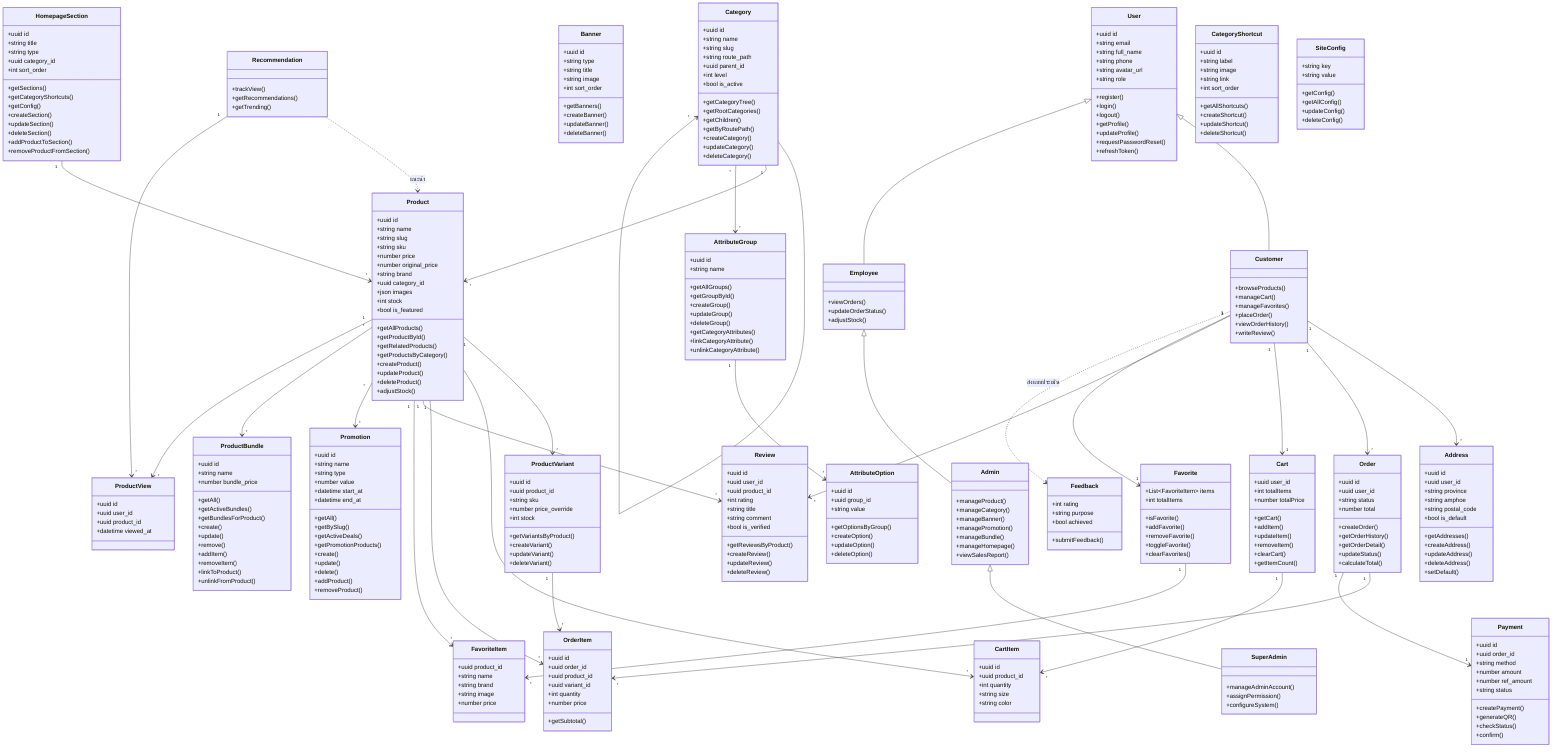
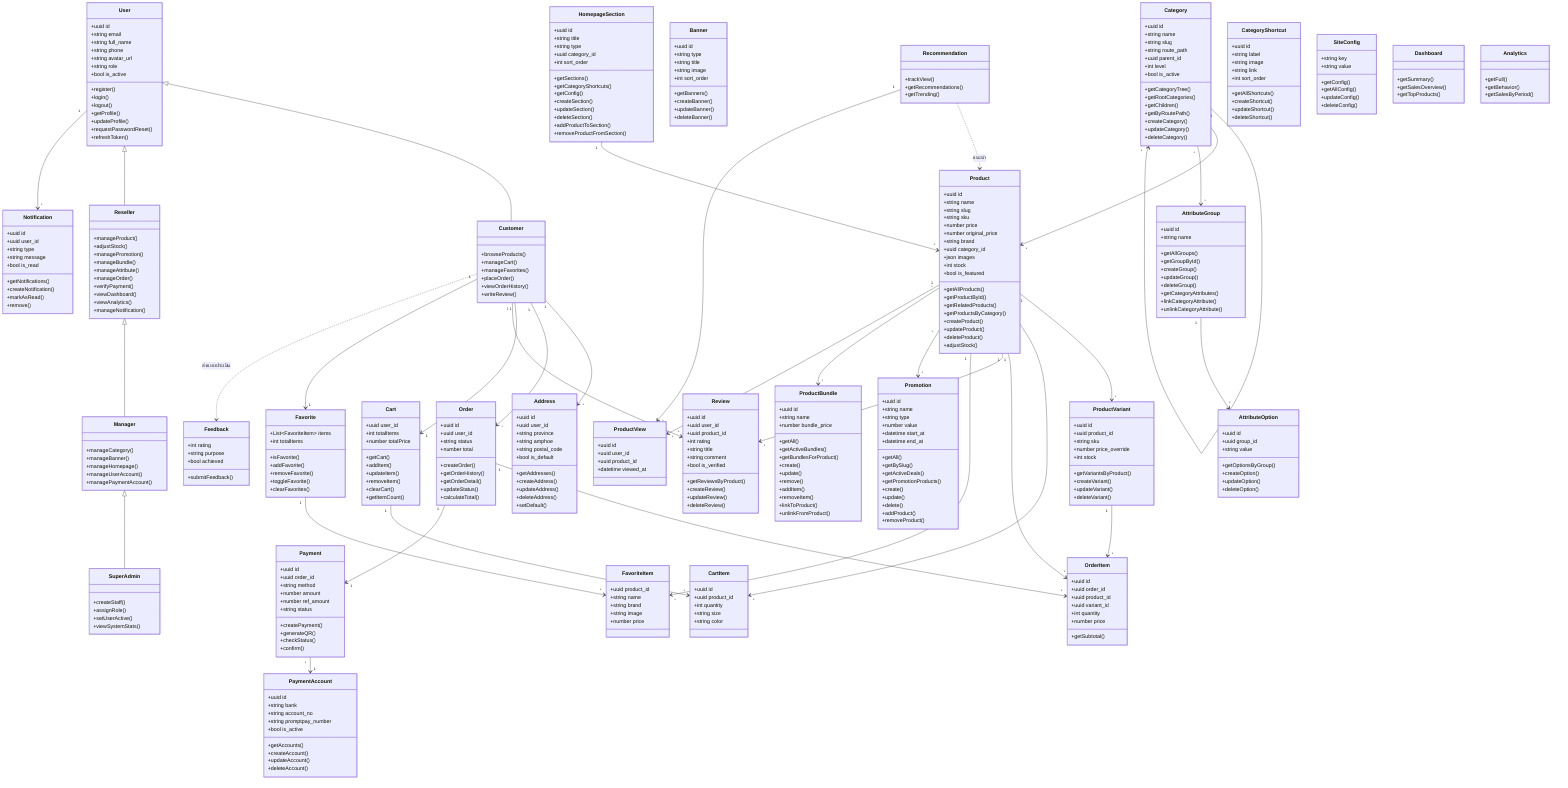
classDiagram
    direction TB

    class User {
        +uuid id
        +string email
        +string full_name
        +string phone
        +string avatar_url
        +string role
+         +bool is_active
        +register()
        +login()
        +logout()
        +getProfile()
        +updateProfile()
        +requestPasswordReset()
        +refreshToken()
    }
    class Customer {
        +browseProducts()
        +manageCart()
        +manageFavorites()
        +placeOrder()
        +viewOrderHistory()
        +writeReview()
    }
-     class Employee {
-         +viewOrders()
-         +updateOrderStatus()
+     class Reseller {
+         +manageProduct()
        +adjustStock()
-     }
-     class Admin {
-         +manageProduct()
+         +managePromotion()
+         +manageBundle()
+         +manageAttribute()
+         +manageOrder()
+         +verifyPayment()
+         +viewDashboard()
+         +viewAnalytics()
+         +manageNotification()
+     }
+     class Manager {
        +manageCategory()
        +manageBanner()
-         +managePromotion()
-         +manageBundle()
        +manageHomepage()
-         +viewSalesReport()
+         +manageUserAccount()
+         +managePaymentAccount()
    }
    class SuperAdmin {
-         +manageAdminAccount()
-         +assignPermission()
-         +configureSystem()
+         +createStaff()
+         +assignRole()
+         +setUserActive()
+         +viewSystemStats()
    }

    class Category {
        +uuid id
        +string name
        +string slug
        +string route_path
        +uuid parent_id
        +int level
        +bool is_active
        +getCategoryTree()
        +getRootCategories()
        +getChildren()
        +getByRoutePath()
        +createCategory()
        +updateCategory()
        +deleteCategory()
    }
    class Product {
        +uuid id
        +string name
        +string slug
        +string sku
        +number price
        +number original_price
        +string brand
        +uuid category_id
        +json images
        +int stock
        +bool is_featured
        +getAllProducts()
        +getProductById()
        +getRelatedProducts()
        +getProductsByCategory()
        +createProduct()
        +updateProduct()
        +deleteProduct()
        +adjustStock()
    }
    class ProductVariant {
        +uuid id
        +uuid product_id
        +string sku
        +number price_override
        +int stock
        +getVariantsByProduct()
        +createVariant()
        +updateVariant()
        +deleteVariant()
    }
    class AttributeGroup {
        +uuid id
        +string name
        +getAllGroups()
        +getGroupById()
        +createGroup()
        +updateGroup()
        +deleteGroup()
        +getCategoryAttributes()
        +linkCategoryAttribute()
        +unlinkCategoryAttribute()
    }
    class AttributeOption {
        +uuid id
        +uuid group_id
        +string value
        +getOptionsByGroup()
        +createOption()
        +updateOption()
        +deleteOption()
    }

    class Cart {
        +uuid user_id
        +int totalItems
        +number totalPrice
        +getCart()
        +addItem()
        +updateItem()
        +removeItem()
        +clearCart()
        +getItemCount()
    }
    class CartItem {
        +uuid id
        +uuid product_id
        +int quantity
        +string size
        +string color
    }

    class Favorite {
        +List~FavoriteItem~ items
        +int totalItems
        +isFavorite()
        +addFavorite()
        +removeFavorite()
        +toggleFavorite()
        +clearFavorites()
    }
    class FavoriteItem {
        +uuid product_id
        +string name
        +string brand
        +string image
        +number price
    }

    class Order {
        +uuid id
        +uuid user_id
        +string status
        +number total
        +createOrder()
        +getOrderHistory()
        +getOrderDetail()
        +updateStatus()
        +calculateTotal()
    }
    class OrderItem {
        +uuid id
        +uuid order_id
        +uuid product_id
        +uuid variant_id
        +int quantity
        +number price
        +getSubtotal()
    }
    class Payment {
        +uuid id
        +uuid order_id
        +string method
        +number amount
        +number ref_amount
        +string status
        +createPayment()
        +generateQR()
        +checkStatus()
        +confirm()
    }
    class Address {
        +uuid id
        +uuid user_id
        +string province
        +string amphoe
        +string postal_code
        +bool is_default
        +getAddresses()
        +createAddress()
        +updateAddress()
        +deleteAddress()
        +setDefault()
    }
    class Review {
        +uuid id
        +uuid user_id
        +uuid product_id
        +int rating
        +string title
        +string comment
        +bool is_verified
        +getReviewsByProduct()
        +createReview()
        +updateReview()
        +deleteReview()
    }

    class Banner {
        +uuid id
        +string type
        +string title
        +string image
        +int sort_order
        +getBanners()
        +createBanner()
        +updateBanner()
        +deleteBanner()
    }
    class Promotion {
        +uuid id
        +string name
        +string type
        +number value
        +datetime start_at
        +datetime end_at
        +getAll()
        +getBySlug()
        +getActiveDeals()
        +getPromotionProducts()
        +create()
        +update()
        +delete()
        +addProduct()
        +removeProduct()
    }
    class ProductBundle {
        +uuid id
        +string name
        +number bundle_price
        +getAll()
        +getActiveBundles()
        +getBundlesForProduct()
        +create()
        +update()
        +remove()
        +addItem()
        +removeItem()
        +linkToProduct()
        +unlinkFromProduct()
    }
    class HomepageSection {
        +uuid id
        +string title
        +string type
        +uuid category_id
        +int sort_order
        +getSections()
        +getCategoryShortcuts()
        +getConfig()
        +createSection()
        +updateSection()
        +deleteSection()
        +addProductToSection()
        +removeProductFromSection()
    }
    class Recommendation {
        +trackView()
        +getRecommendations()
        +getTrending()
    }
    class ProductView {
        +uuid id
        +uuid user_id
        +uuid product_id
        +datetime viewed_at
    }
    class CategoryShortcut {
        +uuid id
        +string label
        +string image
        +string link
        +int sort_order
        +getAllShortcuts()
        +createShortcut()
        +updateShortcut()
        +deleteShortcut()
    }
    class SiteConfig {
        +string key
        +string value
        +getConfig()
        +getAllConfig()
        +updateConfig()
        +deleteConfig()
    }
+     class PaymentAccount {
+         +uuid id
+         +string bank
+         +string account_no
+         +string promptpay_number
+         +bool is_active
+         +getAccounts()
+         +createAccount()
+         +updateAccount()
+         +deleteAccount()
+     }
+     class Notification {
+         +uuid id
+         +uuid user_id
+         +string type
+         +string message
+         +bool is_read
+         +getNotifications()
+         +createNotification()
+         +markAsRead()
+         +remove()
+     }
+     class Dashboard {
+         +getSummary()
+         +getSalesOverview()
+         +getTopProducts()
+     }
+     class Analytics {
+         +getFull()
+         +getBehavior()
+         +getSalesByPeriod()
+     }
    class Feedback {
        +int rating
        +string purpose
        +bool achieved
        +submitFeedback()
    }

    User <|-- Customer
-     User <|-- Employee
-     Employee <|-- Admin
-     Admin <|-- SuperAdmin
+     User <|-- Reseller
+     Reseller <|-- Manager
+     Manager <|-- SuperAdmin

    Customer "1" --> "*" Address
    Customer "1" --> "*" Order
    Customer "1" --> "1" Cart
    Customer "1" --> "*" Review
    Customer "1" --> "1" Favorite
    Favorite "1" --> "*" FavoriteItem

    Category "1" --> "*" Category
    Category "1" --> "*" Product
    Category "*" --> "*" AttributeGroup

    Product "1" --> "*" ProductVariant
    Product "1" --> "*" CartItem
    Product "1" --> "*" OrderItem
    Product "1" --> "*" Review
    Product "1" --> "*" FavoriteItem
    Product "*" --> "*" Promotion
    Product "*" --> "*" ProductBundle

    AttributeGroup "1" --> "*" AttributeOption
    ProductVariant "1" --> "*" OrderItem

    Cart "1" --> "*" CartItem
    Order "1" --> "*" OrderItem
    Order "1" --> "1" Payment
+     Payment "*" --> "1" PaymentAccount
+     User "1" --> "*" Notification

    HomepageSection "1" --> "*" Product
    Recommendation ..> Product : แนะนำ
    Recommendation "1" --> "*" ProductView
    Product "1" --> "*" ProductView
    Customer ..> Feedback : ส่งแบบประเมิน
